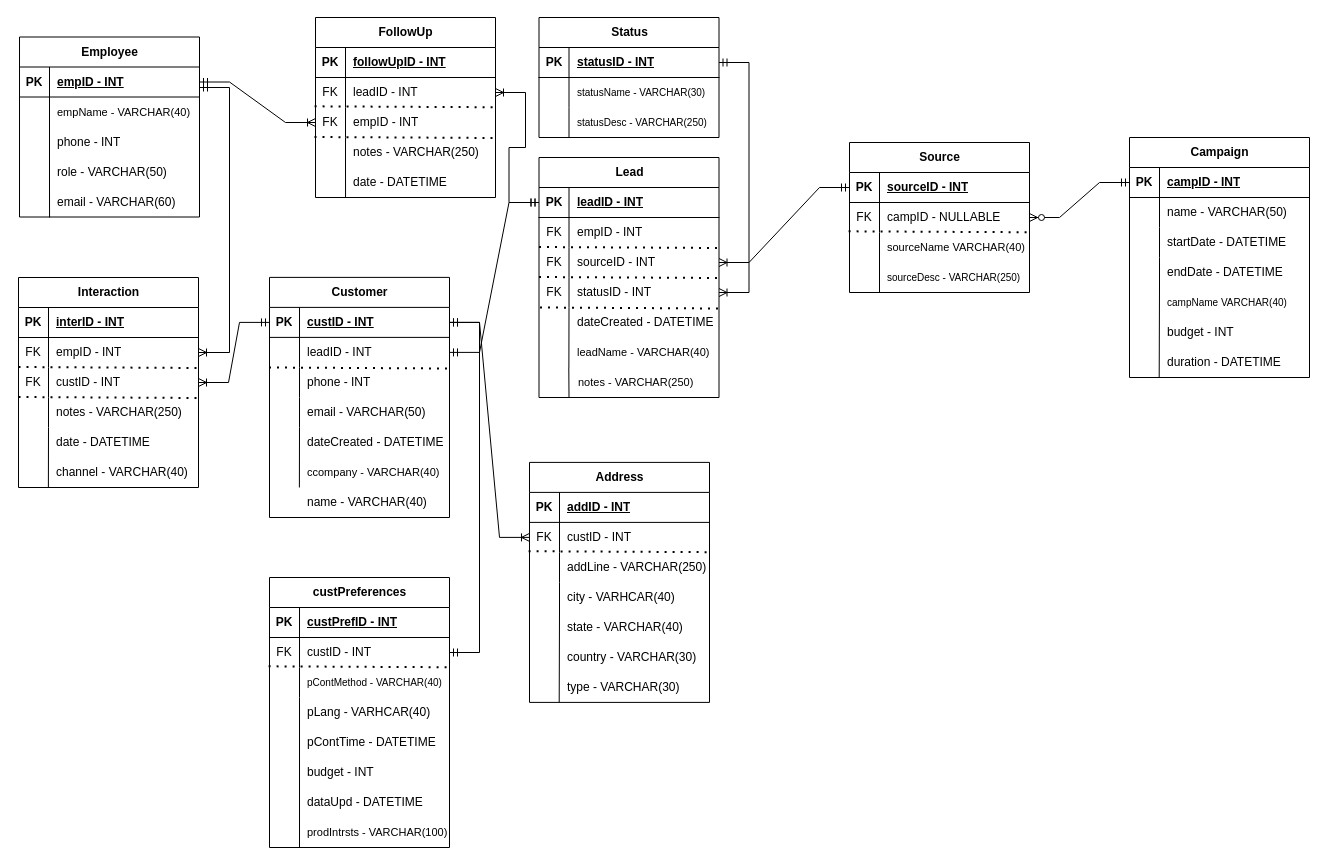
Above: schema.drawio in AnthonyEdward777/CRM-DBMS (draw.io), before the change. Source tidied: cells renumbered, new cells numbered last; positions are measured from the earlier drawing's top-left corner, leaving out a move shared by most shapes. Both pictures are drawn from the tidied source at 100%, with x=0, y=0 at pixel (18, 17).
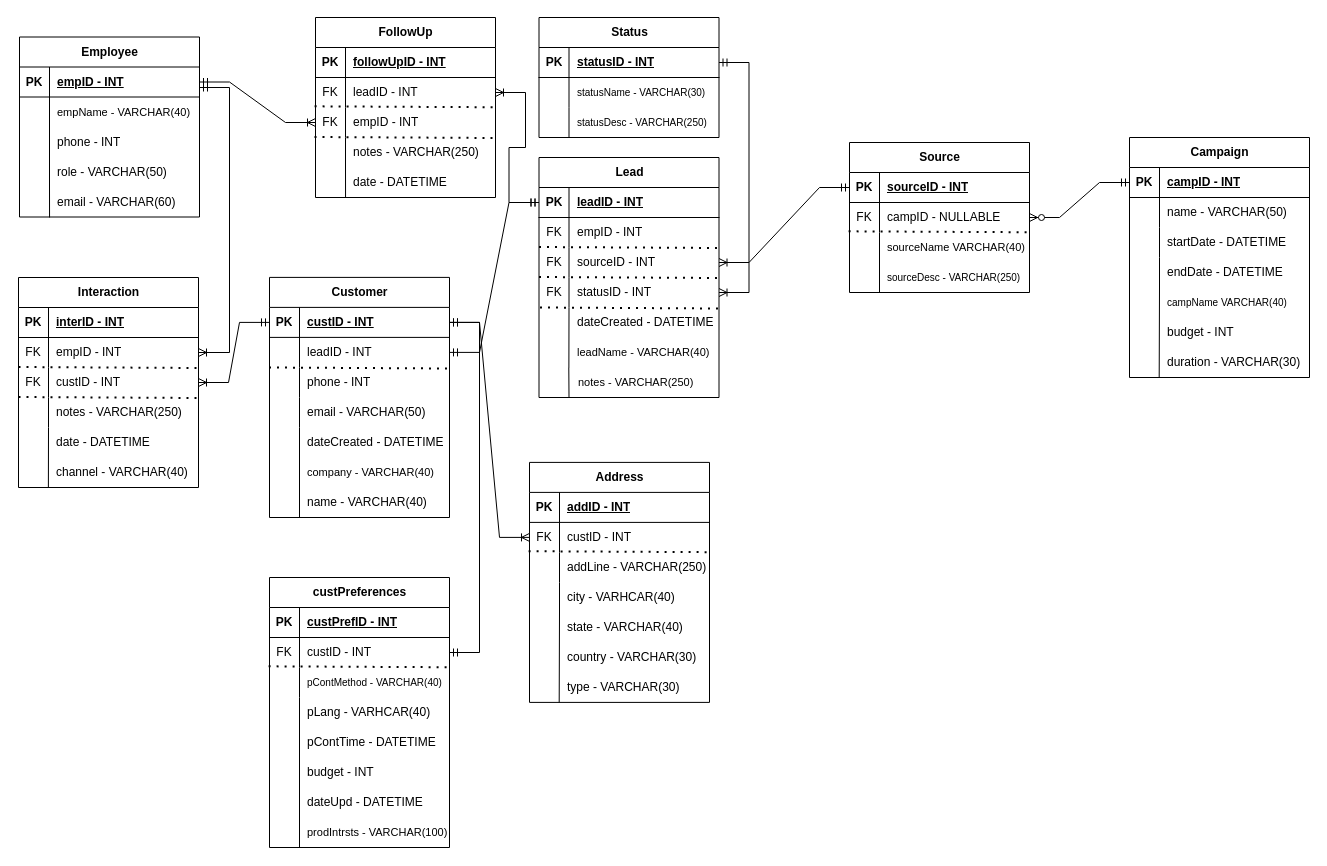
The same diagram, later.

Commit message (it also covers changes not shown here):
finished mapping and fixed schema errs

Unchanged cells that the change refers to:
```xml
<mxCell id="47" style="shape=tableRow;horizontal=0;startSize=0;swimlaneHead=0;swimlaneBody=0;fillColor=none;points=[[0,0.5],[1,0.5]];portConstraint=eastwest;top=0;left=0;right=0;bottom=0;" parent="1" vertex="1">
  <mxGeometry x="1111" y="330" width="180" height="30" as="geometry" />
</mxCell>
<mxCell id="178" style="shape=tableRow;horizontal=0;startSize=0;swimlaneHead=0;swimlaneBody=0;fillColor=none;points=[[0,0.5],[1,0.5]];portConstraint=eastwest;top=0;left=0;right=0;bottom=0;" parent="1" vertex="1">
  <mxGeometry x="251" y="439.9" width="180" height="30" as="geometry" />
</mxCell>
<mxCell id="214" style="shape=tableRow;horizontal=0;startSize=0;swimlaneHead=0;swimlaneBody=0;fillColor=none;top=0;left=0;right=0;bottom=0;" parent="1" vertex="1">
  <mxGeometry x="251" y="770" width="180" height="30" as="geometry" />
</mxCell>
```

Change to the diagram source:
```diff
@@
-    <mxCell id="49" value="duration - DATETIME" style="shape=partialRectangle;fillColor=none;top=0;left=0;bottom=0;right=0;align=left;spacingLeft=6;overflow=hidden;whiteSpace=wrap;html=1;" parent="47" vertex="1">
+    <mxCell id="49" value="duration - VARCHAR(30)" style="shape=partialRectangle;fillColor=none;top=0;left=0;bottom=0;right=0;align=left;spacingLeft=6;overflow=hidden;whiteSpace=wrap;html=1;" parent="47" vertex="1">
       <mxGeometry x="30" width="150" height="30" as="geometry" />
     </mxCell>
@@
-    <mxCell id="174" style="endArrow=none;html=1;rounded=0;exitX=0.166;exitY=1.003;exitDx=0;exitDy=0;exitPerimeter=0;" parent="1" edge="1" source="178">
+    <mxCell id="174" style="endArrow=none;html=1;rounded=0;" parent="1" edge="1">
       <mxGeometry relative="1" as="geometry">
+        <mxPoint x="281" y="500" as="sourcePoint" />
         <mxPoint x="281" y="409.9" as="targetPoint" />
       </mxGeometry>
     </mxCell>
@@
-    <mxCell id="180" value="ccompany - VARCHAR(40)" style="shape=partialRectangle;fillColor=none;top=0;left=0;bottom=0;right=0;align=left;spacingLeft=6;overflow=hidden;whiteSpace=wrap;html=1;fontSize=11;" parent="178" vertex="1">
+    <mxCell id="180" value="company - VARCHAR(40)" style="shape=partialRectangle;fillColor=none;top=0;left=0;bottom=0;right=0;align=left;spacingLeft=6;overflow=hidden;whiteSpace=wrap;html=1;fontSize=11;" parent="178" vertex="1">
       <mxGeometry x="30" width="150" height="30" as="geometry" />
     </mxCell>
@@
-    <mxCell id="216" value="dataUpd - DATETIME" style="shape=partialRectangle;fillColor=none;top=0;left=0;bottom=0;right=0;align=left;spacingLeft=6;overflow=hidden;whiteSpace=wrap;html=1;" parent="214" vertex="1">
+    <mxCell id="216" value="dateUpd - DATETIME" style="shape=partialRectangle;fillColor=none;top=0;left=0;bottom=0;right=0;align=left;spacingLeft=6;overflow=hidden;whiteSpace=wrap;html=1;" parent="214" vertex="1">
       <mxGeometry x="30" width="150" height="30" as="geometry" />
     </mxCell>
```
